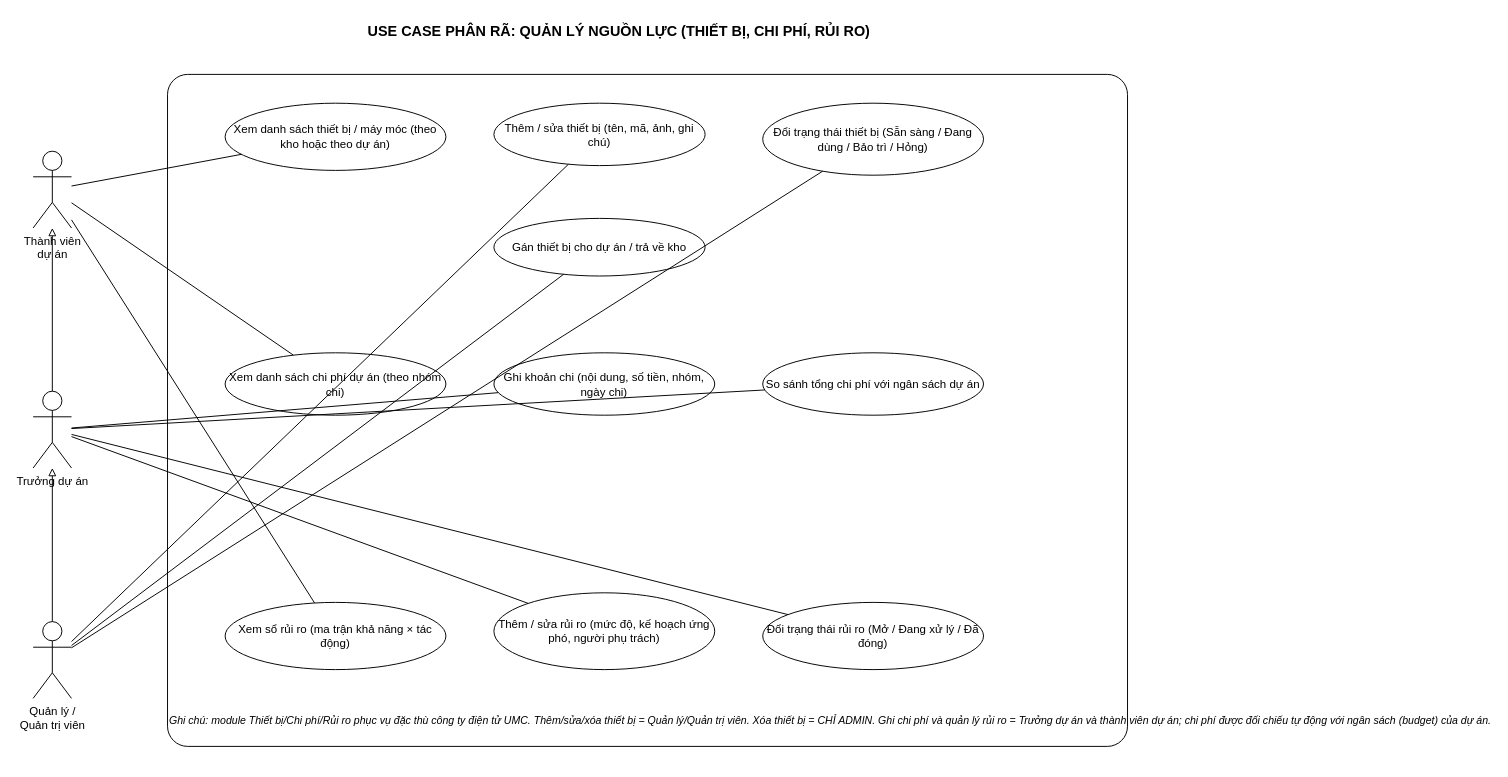
Before: page "PR7 - Nguon luc dien tu" (7 of 8) of docs/diagrams/5_usecase_detail.drawio in HuuwxLoiwf/TTTN, a draw.io diagram. Source tidied: cells renumbered, new cells numbered last; positions are measured from the earlier drawing's top-left corner, leaving out a move shared by most shapes. Both pictures are drawn from the tidied source at 96%, with x=0, y=0 at pixel (33, 16).
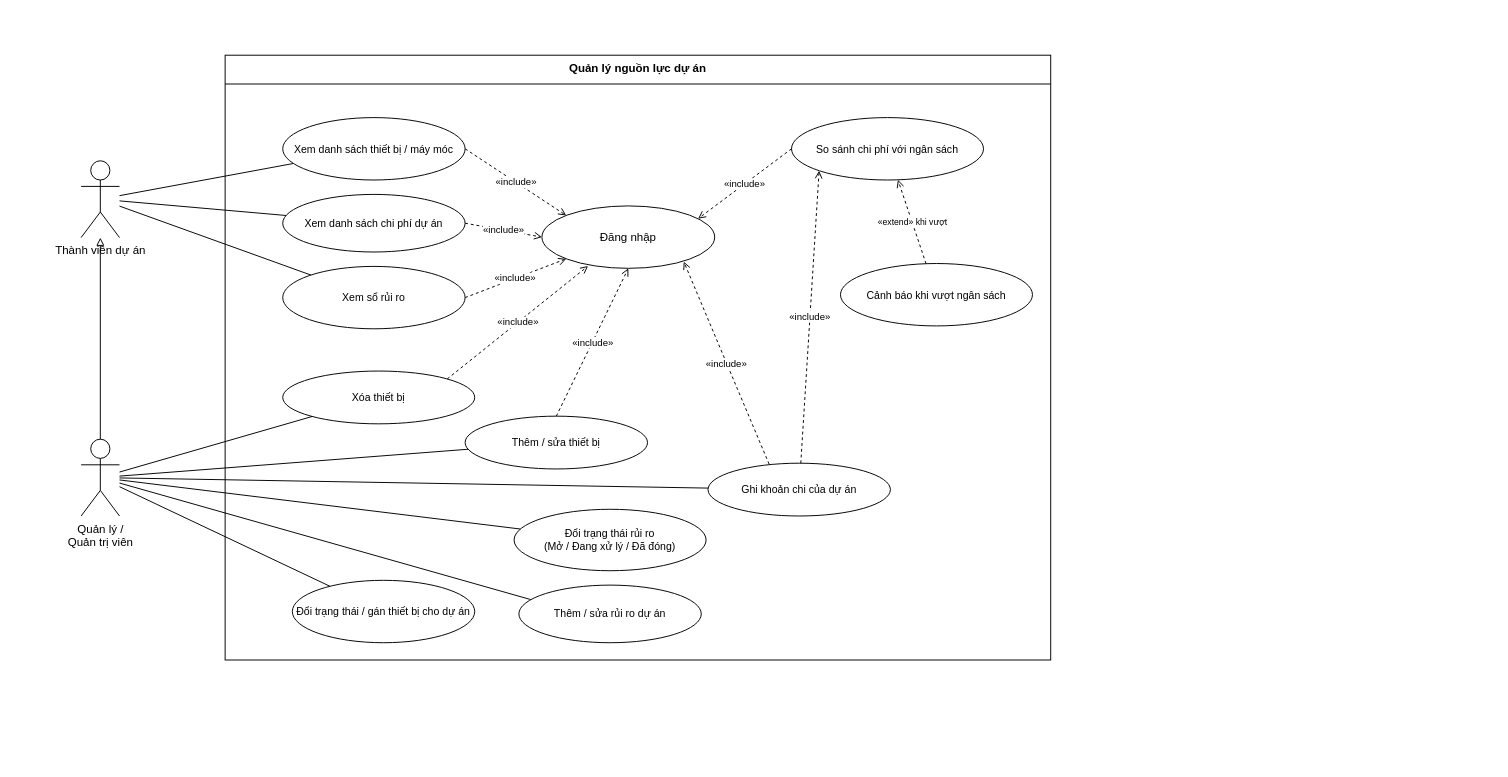
The same page after the edit.

Change to the diagram source:
```diff
@@
-    <mxCell id="2" value="USE CASE PHÂN RÃ: QUẢN LÝ NGUỒN LỰC (THIẾT BỊ, CHI PHÍ, RỦI RO)" style="text;html=1;fontSize=15;fontStyle=1;align=center;" parent="1" vertex="1">
-      <mxGeometry x="260" width="700" height="30" as="geometry" />
-    </mxCell>
+    <mxCell id="6" value="Quản lý nguồn lực dự án" style="rounded=0;whiteSpace=wrap;html=1;verticalAlign=top;fontStyle=1;fontSize=12;fillColor=none;strokeColor=#000000;" parent="1" vertex="1">
+      <mxGeometry x="200" y="40" width="860" height="630" as="geometry" />
+    </mxCell>
+    <mxCell id="30" style="endArrow=none;html=1;strokeColor=#000000;" parent="1" edge="1">
+      <mxGeometry relative="1" as="geometry">
+        <mxPoint x="200" y="70" as="sourcePoint" />
+        <mxPoint x="1060" y="70" as="targetPoint" />
+      </mxGeometry>
+    </mxCell>
-    <mxCell id="3" value="Thành viên&#10;dự án" style="shape=umlActor;verticalLabelPosition=bottom;verticalAlign=top;html=1;" parent="1" vertex="1">
-      <mxGeometry y="140" width="40" height="80" as="geometry" />
+    <mxCell id="3" value="Thành viên dự án" style="shape=umlActor;verticalLabelPosition=bottom;verticalAlign=top;html=1;fillColor=#ffffff;strokeColor=#000000;" parent="1" vertex="1">
+      <mxGeometry x="50" y="150" width="40" height="80" as="geometry" />
     </mxCell>
-    <mxCell id="4" value="Trưởng dự án" style="shape=umlActor;verticalLabelPosition=bottom;verticalAlign=top;html=1;" parent="1" vertex="1">
-      <mxGeometry y="390" width="40" height="80" as="geometry" />
-    </mxCell>
-    <mxCell id="5" value="Quản lý /&#10;Quản trị viên" style="shape=umlActor;verticalLabelPosition=bottom;verticalAlign=top;html=1;" parent="1" vertex="1">
-      <mxGeometry y="630" width="40" height="80" as="geometry" />
+    <mxCell id="5" value="Quản lý /&#10;Quản trị viên" style="shape=umlActor;verticalLabelPosition=bottom;verticalAlign=top;html=1;fillColor=#ffffff;strokeColor=#000000;" parent="1" vertex="1">
+      <mxGeometry x="50" y="440" width="40" height="80" as="geometry" />
     </mxCell>
-    <mxCell id="6" style="rounded=1;whiteSpace=wrap;html=1;arcSize=3;fillColor=none;strokeColor=#000000;" parent="1" vertex="1">
-      <mxGeometry x="140" y="60" width="1000" height="700" as="geometry" />
-    </mxCell>
+    <mxCell id="31" style="endArrow=block;endFill=0;html=1;startArrow=none;exitX=0.5;exitY=0;exitDx=0;exitDy=0;entryX=0.5;entryY=1;entryDx=0;entryDy=0;" parent="1" edge="1" source="5" target="3">
+      <mxGeometry relative="1" as="geometry" />
+    </mxCell>
+    <mxCell id="32" value="Đăng nhập" style="ellipse;whiteSpace=wrap;html=1;fillColor=#ffffff;strokeColor=#000000;fontSize=12;" parent="1" vertex="1">
+      <mxGeometry x="530" y="197" width="180" height="65" as="geometry" />
+    </mxCell>
-    <mxCell id="7" value="Xem danh sách thiết bị / máy móc (theo kho hoặc theo dự án)" style="ellipse;whiteSpace=wrap;html=1;fillColor=#ffffff;strokeColor=#000000;" parent="1" vertex="1">
-      <mxGeometry x="200" y="90" width="230" height="70" as="geometry" />
+    <mxCell id="7" value="Xem danh sách thiết bị / máy móc" style="ellipse;whiteSpace=wrap;html=1;fillColor=#ffffff;strokeColor=#000000;fontSize=11;" parent="1" vertex="1">
+      <mxGeometry x="260" y="105" width="190" height="65" as="geometry" />
     </mxCell>
-    <mxCell id="8" value="Thêm / sửa thiết bị (tên, mã, ảnh, ghi chú)" style="ellipse;whiteSpace=wrap;html=1;fillColor=#ffffff;strokeColor=#000000;" parent="1" vertex="1">
-      <mxGeometry x="480" y="90" width="220" height="65" as="geometry" />
+    <mxCell id="8" value="Xem danh sách chi phí dự án" style="ellipse;whiteSpace=wrap;html=1;fillColor=#ffffff;strokeColor=#000000;fontSize=11;" parent="1" vertex="1">
+      <mxGeometry x="260" y="185" width="190" height="60" as="geometry" />
     </mxCell>
-    <mxCell id="9" value="Đổi trạng thái thiết bị (Sẵn sàng / Đang dùng / Bảo trì / Hỏng)" style="ellipse;whiteSpace=wrap;html=1;fillColor=#ffffff;strokeColor=#000000;" parent="1" vertex="1">
-      <mxGeometry x="760" y="90" width="230" height="75" as="geometry" />
+    <mxCell id="9" value="&lt;div&gt;&lt;br&gt;&lt;/div&gt;Xem sổ rủi ro&lt;div&gt;&lt;br&gt;&lt;/div&gt;" style="ellipse;whiteSpace=wrap;html=1;fillColor=#ffffff;strokeColor=#000000;fontSize=11;" parent="1" vertex="1">
+      <mxGeometry x="260" y="260" width="190" height="65" as="geometry" />
     </mxCell>
-    <mxCell id="10" value="Gán thiết bị cho dự án / trả về kho" style="ellipse;whiteSpace=wrap;html=1;fillColor=#ffffff;strokeColor=#000000;" parent="1" vertex="1">
-      <mxGeometry x="480" y="210" width="220" height="60" as="geometry" />
-    </mxCell>
-    <mxCell id="11" value="Xem danh sách chi phí dự án (theo nhóm chi)" style="ellipse;whiteSpace=wrap;html=1;fillColor=#ffffff;strokeColor=#000000;" parent="1" vertex="1">
-      <mxGeometry x="200" y="350" width="230" height="65" as="geometry" />
+    <mxCell id="11" value="So sánh chi phí với ngân sách" style="ellipse;whiteSpace=wrap;html=1;fillColor=#ffffff;strokeColor=#000000;fontSize=11;" parent="1" vertex="1">
+      <mxGeometry x="790" y="105" width="200" height="65" as="geometry" />
     </mxCell>
-    <mxCell id="12" value="Ghi khoản chi (nội dung, số tiền, nhóm, ngày chi)" style="ellipse;whiteSpace=wrap;html=1;fillColor=#ffffff;strokeColor=#000000;" parent="1" vertex="1">
-      <mxGeometry x="480" y="350" width="230" height="65" as="geometry" />
+    <mxCell id="12" value="Cảnh báo khi vượt ngân sách" style="ellipse;whiteSpace=wrap;html=1;fillColor=#ffffff;strokeColor=#000000;fontSize=11;" parent="1" vertex="1">
+      <mxGeometry x="841" y="257" width="200" height="65" as="geometry" />
     </mxCell>
-    <mxCell id="13" value="So sánh tổng chi phí với ngân sách dự án" style="ellipse;whiteSpace=wrap;html=1;fillColor=#ffffff;strokeColor=#000000;" parent="1" vertex="1">
-      <mxGeometry x="760" y="350" width="230" height="65" as="geometry" />
+    <mxCell id="13" value="Thêm / sửa thiết bị" style="ellipse;whiteSpace=wrap;html=1;fillColor=#ffffff;strokeColor=#000000;fontSize=11;" parent="1" vertex="1">
+      <mxGeometry x="450" y="416" width="190" height="55" as="geometry" />
     </mxCell>
-    <mxCell id="14" value="Xem sổ rủi ro (ma trận khả năng × tác động)" style="ellipse;whiteSpace=wrap;html=1;fillColor=#ffffff;strokeColor=#000000;" parent="1" vertex="1">
-      <mxGeometry x="200" y="610" width="230" height="70" as="geometry" />
+    <mxCell id="14" value="Đổi trạng thái / gán thiết bị cho dự án" style="ellipse;whiteSpace=wrap;html=1;fillColor=#ffffff;strokeColor=#000000;fontSize=11;" parent="1" vertex="1">
+      <mxGeometry x="270" y="587" width="190" height="65" as="geometry" />
     </mxCell>
-    <mxCell id="15" value="Thêm / sửa rủi ro (mức độ, kế hoạch ứng phó, người phụ trách)" style="ellipse;whiteSpace=wrap;html=1;fillColor=#ffffff;strokeColor=#000000;" parent="1" vertex="1">
-      <mxGeometry x="480" y="600" width="230" height="80" as="geometry" />
+    <mxCell id="15" value="Ghi khoản chi của dự án" style="ellipse;whiteSpace=wrap;html=1;fillColor=#ffffff;strokeColor=#000000;fontSize=11;" parent="1" vertex="1">
+      <mxGeometry x="703" y="465" width="190" height="55" as="geometry" />
     </mxCell>
-    <mxCell id="16" value="Đổi trạng thái rủi ro (Mở / Đang xử lý / Đã đóng)" style="ellipse;whiteSpace=wrap;html=1;fillColor=#ffffff;strokeColor=#000000;" parent="1" vertex="1">
-      <mxGeometry x="760" y="610" width="230" height="70" as="geometry" />
+    <mxCell id="16" value="Thêm / sửa rủi ro dự án" style="ellipse;whiteSpace=wrap;html=1;fillColor=#ffffff;strokeColor=#000000;fontSize=11;" parent="1" vertex="1">
+      <mxGeometry x="506" y="592" width="190" height="60" as="geometry" />
     </mxCell>
+    <mxCell id="33" value="Đổi trạng thái rủi ro&#10;(Mở / Đang xử lý / Đã đóng)" style="ellipse;whiteSpace=wrap;html=1;fillColor=#ffffff;strokeColor=#000000;fontSize=11;" parent="1" vertex="1">
+      <mxGeometry x="501" y="513" width="200" height="64" as="geometry" />
+    </mxCell>
+    <mxCell id="34" value="Xóa thiết bị" style="ellipse;whiteSpace=wrap;html=1;fillColor=#ffffff;strokeColor=#000000;fontSize=11;" parent="1" vertex="1">
+      <mxGeometry x="260" y="369" width="200" height="55" as="geometry" />
+    </mxCell>
+    <mxCell id="35" style="endArrow=none;html=1;" parent="1" edge="1" source="3" target="7">
+      <mxGeometry relative="1" as="geometry" />
+    </mxCell>
+    <mxCell id="36" style="endArrow=none;html=1;" parent="1" edge="1" source="3" target="8">
+      <mxGeometry relative="1" as="geometry" />
+    </mxCell>
+    <mxCell id="37" style="endArrow=none;html=1;" parent="1" edge="1" source="3" target="9">
+      <mxGeometry relative="1" as="geometry" />
+    </mxCell>
+    <mxCell id="38" style="endArrow=none;html=1;" parent="1" edge="1" source="5" target="13">
+      <mxGeometry relative="1" as="geometry" />
+    </mxCell>
+    <mxCell id="39" style="endArrow=none;html=1;" parent="1" edge="1" source="5" target="14">
+      <mxGeometry relative="1" as="geometry" />
+    </mxCell>
+    <mxCell id="40" style="endArrow=none;html=1;" parent="1" edge="1" source="5" target="15">
+      <mxGeometry relative="1" as="geometry" />
+    </mxCell>
+    <mxCell id="41" style="endArrow=none;html=1;entryX=0.064;entryY=0.25;entryDx=0;entryDy=0;entryPerimeter=0;" parent="1" edge="1" source="5" target="16">
+      <mxGeometry relative="1" as="geometry" />
+    </mxCell>
+    <mxCell id="42" style="endArrow=none;html=1;" parent="1" edge="1" source="5" target="33">
+      <mxGeometry relative="1" as="geometry" />
+    </mxCell>
+    <mxCell id="43" style="endArrow=none;html=1;" parent="1" edge="1" source="5" target="34">
+      <mxGeometry relative="1" as="geometry" />
+    </mxCell>
+    <mxCell id="44" value="«include»" style="endArrow=open;dashed=1;html=1;fontSize=10;exitX=1;exitY=0.5;exitDx=0;exitDy=0;entryX=0.15;entryY=0.15;entryDx=0;entryDy=0;" parent="1" edge="1" source="7" target="32">
+      <mxGeometry relative="1" as="geometry" />
+    </mxCell>
+    <mxCell id="45" value="«include»" style="endArrow=open;dashed=1;html=1;fontSize=10;exitX=1;exitY=0.5;exitDx=0;exitDy=0;entryX=0;entryY=0.5;entryDx=0;entryDy=0;" parent="1" edge="1" source="8" target="32">
+      <mxGeometry relative="1" as="geometry" />
+    </mxCell>
+    <mxCell id="46" value="«include»" style="endArrow=open;dashed=1;html=1;fontSize=10;exitX=1;exitY=0.5;exitDx=0;exitDy=0;entryX=0.15;entryY=0.85;entryDx=0;entryDy=0;" parent="1" edge="1" source="9" target="32">
+      <mxGeometry relative="1" as="geometry" />
+    </mxCell>
+    <mxCell id="47" value="«include»" style="endArrow=open;dashed=1;html=1;fontSize=10;exitX=0.5;exitY=0;exitDx=0;exitDy=0;entryX=0.5;entryY=1;entryDx=0;entryDy=0;" parent="1" edge="1" source="13" target="32">
+      <mxGeometry relative="1" as="geometry" />
+    </mxCell>
+    <mxCell id="48" value="«include»" style="endArrow=open;dashed=1;html=1;fontSize=10;exitX=0.335;exitY=0.017;exitDx=0;exitDy=0;entryX=0.821;entryY=0.893;entryDx=0;entryDy=0;entryPerimeter=0;exitPerimeter=0;" parent="1" edge="1" source="15" target="32">
+      <mxGeometry relative="1" as="geometry" />
+    </mxCell>
+    <mxCell id="49" value="«include»" style="endArrow=open;dashed=1;html=1;fontSize=10;exitX=1;exitY=0;exitDx=0;exitDy=0;entryX=0.267;entryY=0.963;entryDx=0;entryDy=0;entryPerimeter=0;" parent="1" edge="1" source="34" target="32">
+      <mxGeometry relative="1" as="geometry" />
+    </mxCell>
+    <mxCell id="50" value="«include»" style="endArrow=open;dashed=1;html=1;fontSize=10;exitX=0;exitY=0.5;exitDx=0;exitDy=0;entryX=0.9;entryY=0.2;entryDx=0;entryDy=0;" parent="1" edge="1" source="11" target="32">
+      <mxGeometry relative="1" as="geometry" />
+    </mxCell>
+    <mxCell id="51" value="«include»" style="endArrow=open;dashed=1;html=1;fontSize=10;entryX=0;entryY=1;entryDx=0;entryDy=0;" parent="1" edge="1" source="15" target="11">
+      <mxGeometry relative="1" as="geometry" />
+    </mxCell>
-    <mxCell id="17" style="endArrow=none;html=1;" parent="1" edge="1" source="3" target="7">
+    <mxCell id="17" value="«extend» khi vượt" style="endArrow=open;dashed=1;html=1;fontSize=9;" parent="1" edge="1" source="12" target="11">
       <mxGeometry relative="1" as="geometry" />
     </mxCell>
-    <mxCell id="18" style="endArrow=none;html=1;" parent="1" edge="1" source="3" target="11">
-      <mxGeometry relative="1" as="geometry" />
-    </mxCell>
-    <mxCell id="19" style="endArrow=none;html=1;" parent="1" edge="1" source="3" target="14">
-      <mxGeometry relative="1" as="geometry" />
-    </mxCell>
-    <mxCell id="20" style="endArrow=none;html=1;" parent="1" edge="1" source="4" target="12">
-      <mxGeometry relative="1" as="geometry" />
-    </mxCell>
-    <mxCell id="21" style="endArrow=none;html=1;" parent="1" edge="1" source="4" target="13">
-      <mxGeometry relative="1" as="geometry" />
-    </mxCell>
-    <mxCell id="22" style="endArrow=none;html=1;" parent="1" edge="1" source="4" target="15">
-      <mxGeometry relative="1" as="geometry" />
-    </mxCell>
-    <mxCell id="23" style="endArrow=none;html=1;" parent="1" edge="1" source="4" target="16">
-      <mxGeometry relative="1" as="geometry" />
-    </mxCell>
-    <mxCell id="24" style="endArrow=none;html=1;" parent="1" edge="1" source="5" target="8">
-      <mxGeometry relative="1" as="geometry" />
-    </mxCell>
-    <mxCell id="25" style="endArrow=none;html=1;" parent="1" edge="1" source="5" target="9">
-      <mxGeometry relative="1" as="geometry" />
-    </mxCell>
-    <mxCell id="26" style="endArrow=none;html=1;" parent="1" edge="1" source="5" target="10">
-      <mxGeometry relative="1" as="geometry" />
-    </mxCell>
-    <mxCell id="27" value="Ghi chú: module Thiết bị/Chi phí/Rủi ro phục vụ đặc thù công ty điện tử UMC. Thêm/sửa/xóa thiết bị = Quản lý/Quản trị viên. Xóa thiết bị = CHỈ ADMIN. Ghi chi phí và quản lý rủi ro = Trưởng dự án và thành viên dự án; chi phí được đối chiếu tự động với ngân sách (budget) của dự án." style="text;html=1;align=left;verticalAlign=top;fontColor=#000000;fontSize=11;fontStyle=2;" parent="1" vertex="1">
-      <mxGeometry x="140" y="720" width="1000" height="55" as="geometry" />
-    </mxCell>
-    <mxCell id="28" style="endArrow=block;endFill=0;html=1;startArrow=none;" parent="1" edge="1" source="4" target="3">
-      <mxGeometry relative="1" as="geometry" />
-    </mxCell>
-    <mxCell id="29" style="endArrow=block;endFill=0;html=1;startArrow=none;" parent="1" edge="1" source="5" target="4">
-      <mxGeometry relative="1" as="geometry" />
-    </mxCell>
```
